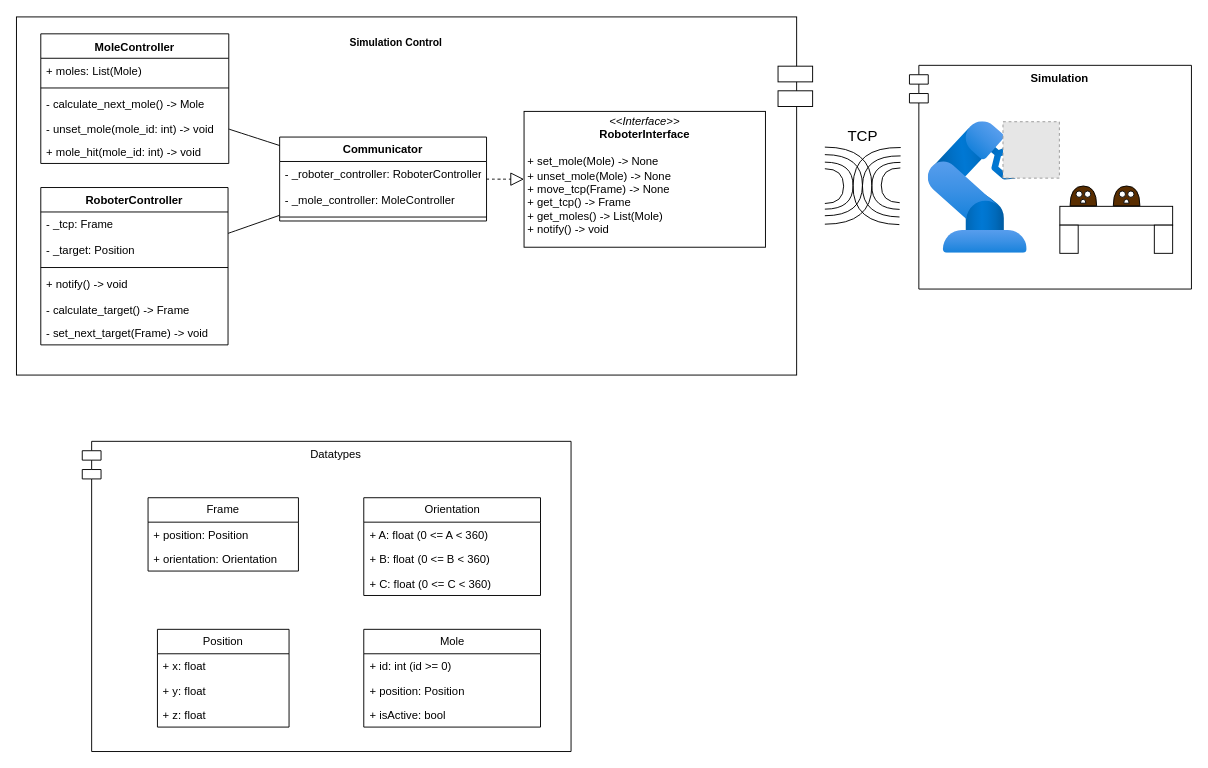
Before: docs/architecture.drawio in bkkarsten/robotikprojekt, a draw.io diagram. Source tidied: cells renumbered, new cells numbered last; positions are measured from the earlier drawing's top-left corner, leaving out a move shared by most shapes. Both pictures are drawn from the tidied source at 94%, with x=0, y=0 at pixel (16, 16). Pictures stored in the file or linked from it are replaced by grey dashed boxes.
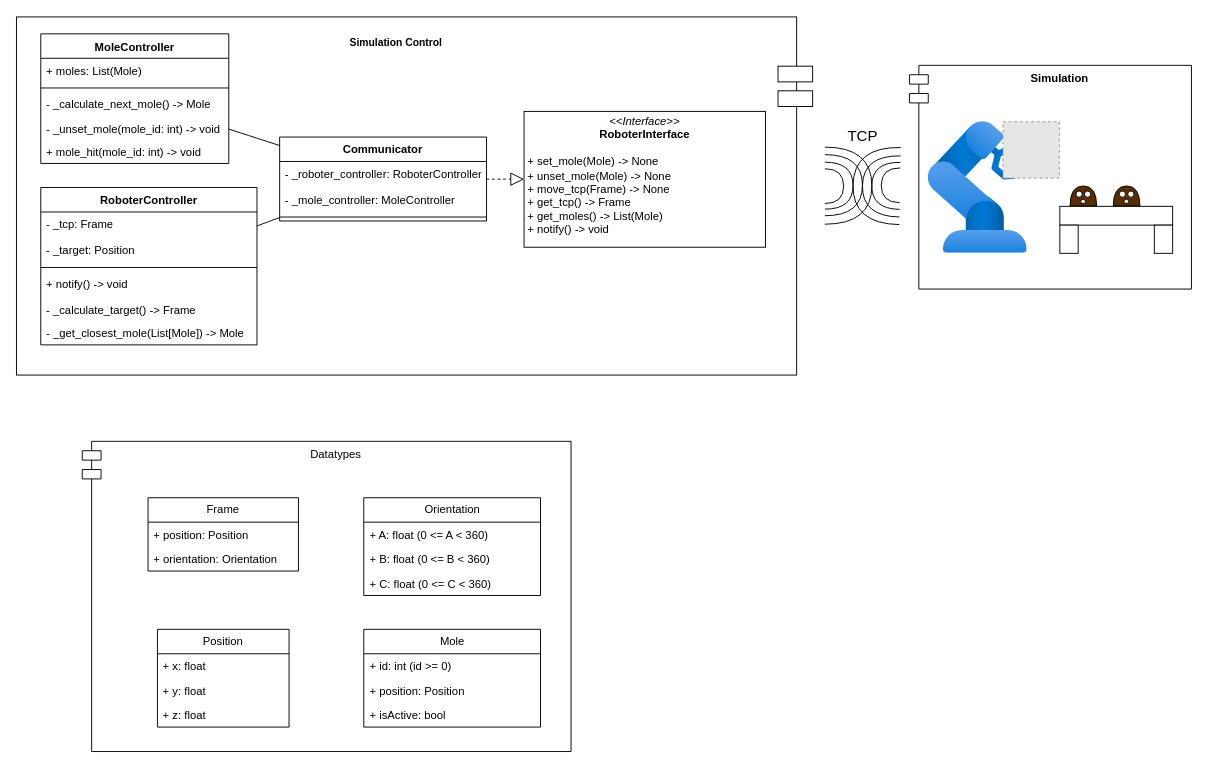
After the change.

Unchanged cells that the change refers to:
```xml
<mxCell id="3" style="group;" parent="1" vertex="1">
  <mxGeometry x="80" y="0.5" width="767" height="381" as="geometry" />
</mxCell>
<mxCell id="22" value="MoleController" style="swimlane;fontStyle=1;align=center;verticalAlign=top;horizontal=1;startSize=26;whiteSpace=wrap;html=1;" parent="3" vertex="1">
  <mxGeometry x="-54.1" y="18" width="200" height="137.9" as="geometry" />
</mxCell>
```

Change to the diagram source:
```diff
@@
     <mxCell id="14" value="RoboterController" style="swimlane;fontStyle=1;align=center;verticalAlign=top;horizontal=1;startSize=26;whiteSpace=wrap;html=1;" parent="3" vertex="1">
-      <mxGeometry x="-54.1" y="181.5" width="199.2" height="167.4" as="geometry" />
+      <mxGeometry x="-54.1" y="181.5" width="230" height="167.4" as="geometry" />
     </mxCell>
     <mxCell id="15" value="- _tcp: Frame" style="text;strokeColor=none;fillColor=none;align=left;verticalAlign=top;spacingLeft=4;spacingRight=4;overflow=hidden;whiteSpace=wrap;html=1;" parent="14" vertex="1">
-      <mxGeometry y="26" width="199.2" height="27.4" as="geometry" />
+      <mxGeometry y="26" width="230" height="27.4" as="geometry" />
     </mxCell>
     <mxCell id="16" value="- _target: Position" style="text;strokeColor=none;fillColor=none;align=left;verticalAlign=top;spacingLeft=4;spacingRight=4;overflow=hidden;whiteSpace=wrap;html=1;" parent="14" vertex="1">
-      <mxGeometry y="53.4" width="199.2" height="27.4" as="geometry" />
+      <mxGeometry y="53.4" width="230" height="27.4" as="geometry" />
     </mxCell>
     <mxCell id="17" style="line;strokeWidth=1;fillColor=none;align=left;verticalAlign=middle;spacingTop=-1;spacingLeft=3;spacingRight=3;labelPosition=right;strokeColor=inherit;" parent="14" vertex="1">
-      <mxGeometry y="80.9" width="199.2" height="8.4" as="geometry" />
+      <mxGeometry y="80.9" width="230" height="8.4" as="geometry" />
     </mxCell>
     <mxCell id="18" value="+ notify() -&amp;gt; void" style="text;strokeColor=none;fillColor=none;align=left;verticalAlign=top;spacingLeft=4;spacingRight=4;overflow=hidden;whiteSpace=wrap;html=1;" parent="14" vertex="1">
-      <mxGeometry y="89.3" width="199.2" height="27.4" as="geometry" />
+      <mxGeometry y="89.3" width="230" height="27.4" as="geometry" />
     </mxCell>
-    <mxCell id="19" value="- calculate_target() -&amp;gt; Frame" style="text;strokeColor=none;fillColor=none;align=left;verticalAlign=top;spacingLeft=4;spacingRight=4;overflow=hidden;whiteSpace=wrap;html=1;" parent="14" vertex="1">
-      <mxGeometry y="116.8" width="199.2" height="25.3" as="geometry" />
+    <mxCell id="19" value="- _calculate_target() -&amp;gt; Frame" style="text;strokeColor=none;fillColor=none;align=left;verticalAlign=top;spacingLeft=4;spacingRight=4;overflow=hidden;whiteSpace=wrap;html=1;" parent="14" vertex="1">
+      <mxGeometry y="116.8" width="230" height="25.3" as="geometry" />
     </mxCell>
-    <mxCell id="20" value="- set_next_target(Frame) -&amp;gt; void" style="text;strokeColor=none;fillColor=none;align=left;verticalAlign=top;spacingLeft=4;spacingRight=4;overflow=hidden;whiteSpace=wrap;html=1;" parent="14" vertex="1">
-      <mxGeometry y="142.1" width="199.2" height="25.3" as="geometry" />
+    <mxCell id="20" value="- _get_closest_mole(List[Mole]) -&amp;gt; Mole" style="text;strokeColor=none;fillColor=none;align=left;verticalAlign=top;spacingLeft=4;spacingRight=4;overflow=hidden;whiteSpace=wrap;html=1;" parent="14" vertex="1">
+      <mxGeometry y="142.1" width="230" height="25.3" as="geometry" />
     </mxCell>
@@
-    <mxCell id="25" value="- calculate_next_mole() -&amp;gt; Mole" style="text;strokeColor=none;fillColor=none;align=left;verticalAlign=top;spacingLeft=4;spacingRight=4;overflow=hidden;whiteSpace=wrap;html=1;" parent="22" vertex="1">
+    <mxCell id="25" value="- _calculate_next_mole() -&amp;gt; Mole" style="text;strokeColor=none;fillColor=none;align=left;verticalAlign=top;spacingLeft=4;spacingRight=4;overflow=hidden;whiteSpace=wrap;html=1;" parent="22" vertex="1">
       <mxGeometry y="61.9" width="200" height="25.3" as="geometry" />
     </mxCell>
-    <mxCell id="26" value="- unset_mole(mole_id: int) -&amp;gt; void" style="text;strokeColor=none;fillColor=none;align=left;verticalAlign=top;spacingLeft=4;spacingRight=4;overflow=hidden;whiteSpace=wrap;html=1;" parent="22" vertex="1">
+    <mxCell id="26" value="- _unset_mole(mole_id: int) -&amp;gt; void" style="text;strokeColor=none;fillColor=none;align=left;verticalAlign=top;spacingLeft=4;spacingRight=4;overflow=hidden;whiteSpace=wrap;html=1;" parent="22" vertex="1">
       <mxGeometry y="87.2" width="200" height="25.3" as="geometry" />
     </mxCell>
```
